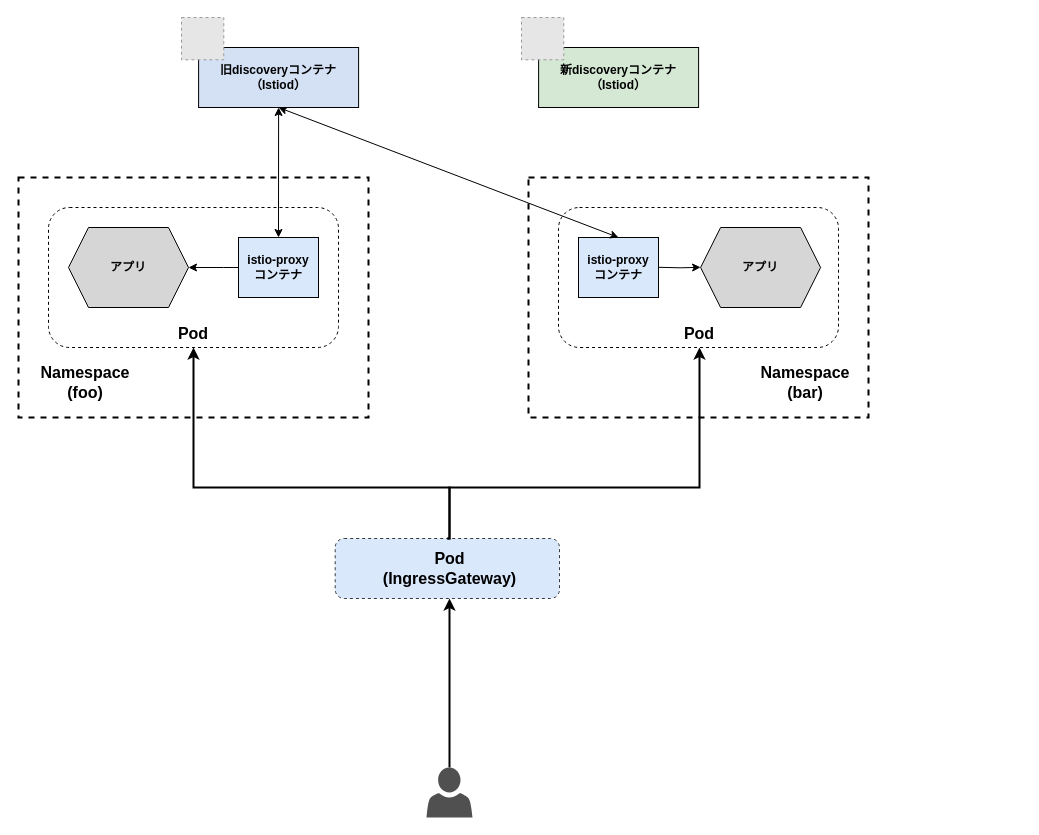
hiroki-it/tech-notebook_old keeps this draw.io diagram as page "istio_canary-upgrade_1" (1 of 4) of images/drawio/istio/upgrade_istio.drawio. Above is the earlier version. Source tidied: cells renumbered, new cells numbered last; positions are measured from the earlier drawing's top-left corner, leaving out a move shared by most shapes. Both pictures are drawn from the tidied source at 100%, with x=0, y=0 at pixel (18, 17). Pictures stored in the file or linked from it are replaced by grey dashed boxes.
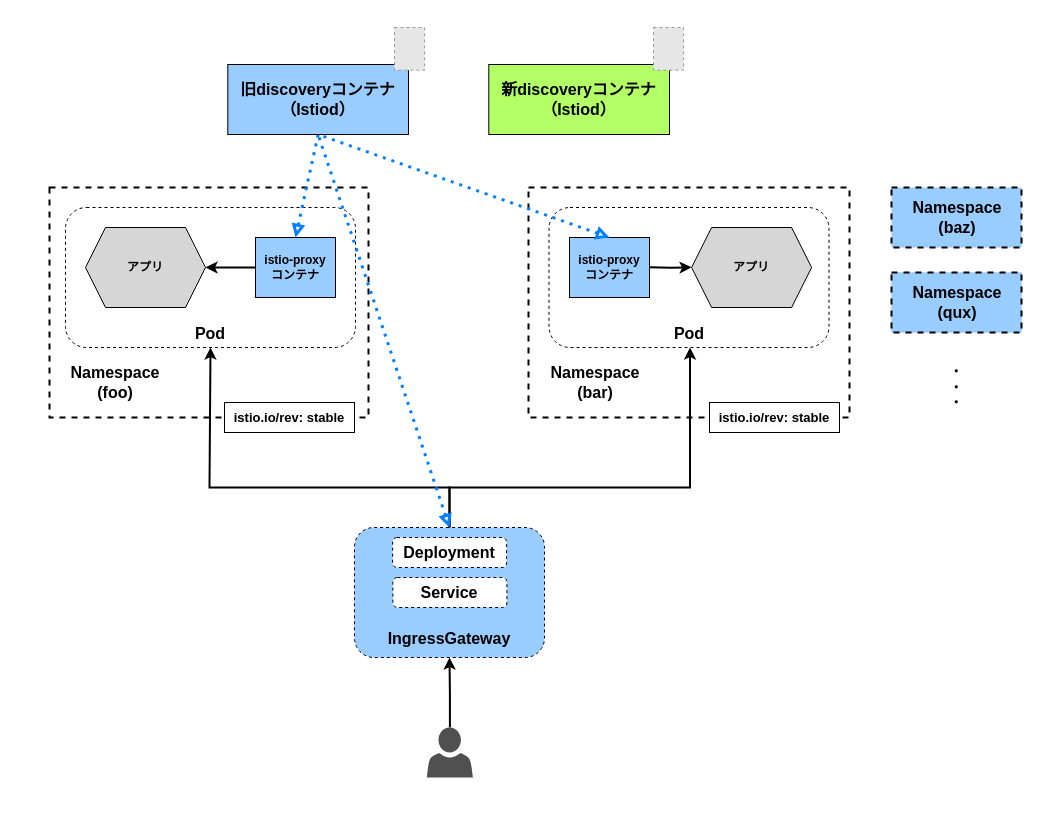
After the change.

Commit message (it also covers changes not shown here):
add 新しく画像を引用した．

Unchanged cells that the change refers to:
```xml
<mxCell id="13" value="&lt;b&gt;アプリ&lt;br&gt;&lt;/b&gt;" style="shape=hexagon;perimeter=hexagonPerimeter2;whiteSpace=wrap;html=1;fixedSize=1;fillColor=#D6D6D6;strokeColor=default;direction=east;" parent="12" vertex="1">
  <mxGeometry x="122.1" width="120" height="80" as="geometry" />
</mxCell>
<mxCell id="18" value="&lt;b&gt;アプリ&lt;br&gt;&lt;/b&gt;" style="shape=hexagon;perimeter=hexagonPerimeter2;whiteSpace=wrap;html=1;fixedSize=1;fillColor=#D6D6D6;strokeColor=default;" parent="16" vertex="1">
  <mxGeometry width="120" height="80" as="geometry" />
</mxCell>
```

The edit, as a diff of the source:
```diff
@@
+    <mxCell id="36" style="rounded=1;whiteSpace=wrap;html=1;fillColor=#99CCFF;gradientColor=none;dashed=1;" parent="1" vertex="1">
+      <mxGeometry x="336" y="510" width="190" height="130" as="geometry" />
+    </mxCell>
     <mxCell id="2" style="rounded=0;whiteSpace=wrap;html=1;fillColor=default;dashed=1;strokeColor=default;shadow=0;glass=0;strokeWidth=2;perimeterSpacing=0;" parent="1" vertex="1">
-      <mxGeometry y="160" width="350" height="240" as="geometry" />
+      <mxGeometry x="31" y="170" width="319" height="230" as="geometry" />
     </mxCell>
     <mxCell id="3" style="rounded=0;whiteSpace=wrap;html=1;fillColor=default;dashed=1;strokeColor=default;shadow=0;glass=0;strokeWidth=2;" parent="1" vertex="1">
-      <mxGeometry x="510" y="160" width="340" height="240" as="geometry" />
+      <mxGeometry x="510" y="170" width="321" height="230" as="geometry" />
     </mxCell>
     <mxCell id="4" style="rounded=1;whiteSpace=wrap;html=1;dashed=1;" parent="1" vertex="1">
-      <mxGeometry x="30" y="190" width="290" height="140" as="geometry" />
+      <mxGeometry x="47" y="190" width="290" height="140" as="geometry" />
     </mxCell>
-    <mxCell id="5" style="endArrow=classic;startArrow=classic;html=1;rounded=0;strokeColor=default;fontFamily=Helvetica;fontSize=12;fontColor=default;exitX=0.5;exitY=0;exitDx=0;exitDy=0;entryX=0.5;entryY=1;entryDx=0;entryDy=0;" parent="1" edge="1" source="19" target="23">
+    <mxCell id="5" style="endArrow=none;startArrow=block;html=1;rounded=0;strokeColor=#007FFF;fontFamily=Helvetica;fontSize=12;fontColor=default;exitX=0.5;exitY=0;exitDx=0;exitDy=0;entryX=0.5;entryY=1;entryDx=0;entryDy=0;startFill=0;endFill=0;strokeWidth=3;dashed=1;dashPattern=1 2;" parent="1" edge="1" source="19" target="23">
       <mxGeometry relative="1" as="geometry" />
     </mxCell>
@@
     <mxCell id="7" value="&lt;b style=&quot;font-size: 16px;&quot;&gt;Pod&lt;/b&gt;" style="text;html=1;strokeColor=none;fillColor=none;align=center;verticalAlign=middle;whiteSpace=wrap;rounded=0;dashed=1;fontStyle=0;fontSize=16;" parent="1" vertex="1">
-      <mxGeometry x="142.9" y="302" width="64.2" height="28" as="geometry" />
+      <mxGeometry x="159.9" y="302" width="64.2" height="28" as="geometry" />
     </mxCell>
     <mxCell id="8" style="rounded=1;whiteSpace=wrap;html=1;dashed=1;" parent="1" vertex="1">
-      <mxGeometry x="540" y="190" width="280" height="140" as="geometry" />
+      <mxGeometry x="530.5" y="190" width="280" height="140" as="geometry" />
     </mxCell>
@@
     <mxCell id="10" value="&lt;b style=&quot;font-size: 16px;&quot;&gt;Pod&lt;/b&gt;" style="text;html=1;strokeColor=none;fillColor=none;align=center;verticalAlign=middle;whiteSpace=wrap;rounded=0;dashed=1;fontStyle=0;fontSize=16;" parent="1" vertex="1">
-      <mxGeometry x="648.9" y="302" width="64.2" height="28" as="geometry" />
+      <mxGeometry x="639.4" y="302" width="64.2" height="28" as="geometry" />
     </mxCell>
     <mxCell id="11" value="&lt;b style=&quot;font-size: 16px;&quot;&gt;Namespace&lt;br&gt;(bar)&lt;br&gt;&lt;/b&gt;" style="text;html=1;strokeColor=none;fillColor=none;align=center;verticalAlign=middle;whiteSpace=wrap;rounded=0;dashed=1;fontStyle=0;fontSize=16;" parent="1" vertex="1">
-      <mxGeometry x="731" y="340" width="112.1" height="50" as="geometry" />
+      <mxGeometry x="521" y="340" width="112.1" height="50" as="geometry" />
     </mxCell>
     <mxCell id="12" style="group;" parent="1" vertex="1">
-      <mxGeometry x="560" y="210" width="242.1" height="80" as="geometry" />
+      <mxGeometry x="551" y="210" width="242.1" height="80" as="geometry" />
     </mxCell>
@@
-    <mxCell id="14" value="&lt;b&gt;istio-proxy&lt;br&gt;コンテナ&lt;br&gt;&lt;/b&gt;" style="rounded=0;whiteSpace=wrap;html=1;fillColor=#dae8fc;strokeColor=default;direction=east;" parent="12" vertex="1">
+    <mxCell id="14" value="&lt;b&gt;istio-proxy&lt;br&gt;コンテナ&lt;br&gt;&lt;/b&gt;" style="rounded=0;whiteSpace=wrap;html=1;fillColor=#99CCFF;strokeColor=default;direction=east;gradientColor=none;" parent="12" vertex="1">
       <mxGeometry y="10" width="80" height="60" as="geometry" />
     </mxCell>
-    <mxCell id="15" style="edgeStyle=orthogonalEdgeStyle;rounded=0;jettySize=auto;html=1;entryX=0;entryY=0.498;entryDx=0;entryDy=0;entryPerimeter=0;" parent="12" edge="1" target="13">
+    <mxCell id="15" style="edgeStyle=orthogonalEdgeStyle;rounded=0;jettySize=auto;html=1;entryX=0;entryY=0.498;entryDx=0;entryDy=0;entryPerimeter=0;strokeWidth=2;" parent="12" edge="1" target="13">
       <mxGeometry relative="1" as="geometry">
         <mxPoint x="80" y="39.8" as="sourcePoint" />
       </mxGeometry>
     </mxCell>
+    <mxCell id="20" style="endArrow=none;startArrow=block;html=1;rounded=0;strokeColor=#007FFF;fontFamily=Helvetica;fontSize=12;fontColor=default;exitX=0.5;exitY=0;exitDx=0;exitDy=0;entryX=0.5;entryY=1;entryDx=0;entryDy=0;startFill=0;endFill=0;jumpStyle=none;shadow=0;strokeWidth=3;dashed=1;dashPattern=1 2;" parent="1" edge="1" source="14" target="23">
+      <mxGeometry relative="1" as="geometry" />
+    </mxCell>
+    <mxCell id="21" style="edgeLabel;html=1;align=center;verticalAlign=middle;fontSize=9;" parent="20" vertex="1">
+      <mxGeometry x="0.14" relative="1" as="geometry" />
+    </mxCell>
+    <mxCell id="22" style="group;fillColor=none;" parent="1" vertex="1">
+      <mxGeometry x="190" y="27" width="216.1" height="90" as="geometry" />
+    </mxCell>
+    <mxCell id="23" value="&lt;b style=&quot;font-size: 16px;&quot;&gt;旧discoveryコンテナ&lt;br style=&quot;border-color: var(--border-color); padding: 0px; margin: 0px;&quot;&gt;（Istiod）&lt;/b&gt;" style="text;html=1;strokeColor=default;fillColor=#99CCFF;align=center;verticalAlign=middle;whiteSpace=wrap;rounded=0;" parent="22" vertex="1">
+      <mxGeometry x="19.3" y="20" width="180.7" height="70" as="geometry" />
+    </mxCell>
+    <mxCell id="37" style="fillColor=#E6E6E6;strokeColor=#999999;dashed=1;" parent="22" vertex="1">
+      <mxGeometry x="186" y="-17" width="30.1" height="42.7" as="geometry" />
+    </mxCell>
+    <mxCell id="25" style="group;" parent="1" vertex="1">
+      <mxGeometry x="451" y="27" width="210.1" height="90" as="geometry" />
+    </mxCell>
+    <mxCell id="26" value="&lt;b style=&quot;font-size: 16px;&quot;&gt;新discoveryコンテナ&lt;br style=&quot;border-color: var(--border-color); padding: 0px; margin: 0px;&quot;&gt;（Istiod）&lt;/b&gt;" style="text;html=1;strokeColor=default;fillColor=#B3FF66;align=center;verticalAlign=middle;whiteSpace=wrap;rounded=0;" parent="25" vertex="1">
+      <mxGeometry x="19.3" y="20" width="180.7" height="70" as="geometry" />
+    </mxCell>
     <mxCell id="16" style="group;" parent="1" vertex="1">
-      <mxGeometry x="50" y="210" width="250" height="80" as="geometry" />
+      <mxGeometry x="67" y="210" width="250" height="80" as="geometry" />
     </mxCell>
-    <mxCell id="17" style="edgeStyle=orthogonalEdgeStyle;rounded=0;jettySize=auto;html=1;" parent="16" edge="1" target="18">
+    <mxCell id="17" style="edgeStyle=orthogonalEdgeStyle;rounded=0;jettySize=auto;html=1;strokeWidth=2;" parent="16" edge="1" target="18">
       <mxGeometry relative="1" as="geometry">
         <mxPoint x="170" y="40" as="sourcePoint" />
         <Array as="points">
           <mxPoint x="155" y="40" />
         </Array>
       </mxGeometry>
     </mxCell>
@@
-    <mxCell id="19" value="&lt;b&gt;istio-proxy&lt;br&gt;コンテナ&lt;br&gt;&lt;/b&gt;" style="rounded=0;whiteSpace=wrap;html=1;fillColor=#dae8fc;strokeColor=default;" parent="16" vertex="1">
+    <mxCell id="19" value="&lt;b&gt;istio-proxy&lt;br&gt;コンテナ&lt;br&gt;&lt;/b&gt;" style="rounded=0;whiteSpace=wrap;html=1;fillColor=#99CCFF;strokeColor=default;" parent="16" vertex="1">
       <mxGeometry x="170" y="10" width="80" height="60" as="geometry" />
     </mxCell>
-    <mxCell id="20" style="endArrow=classic;startArrow=classic;html=1;rounded=0;strokeColor=default;fontFamily=Helvetica;fontSize=12;fontColor=default;exitX=0.5;exitY=0;exitDx=0;exitDy=0;entryX=0.5;entryY=1;entryDx=0;entryDy=0;" parent="1" edge="1" source="14" target="23">
-      <mxGeometry relative="1" as="geometry" />
-    </mxCell>
-    <mxCell id="21" style="edgeLabel;html=1;align=center;verticalAlign=middle;fontSize=9;" parent="20" vertex="1">
-      <mxGeometry x="0.14" relative="1" as="geometry" />
-    </mxCell>
-    <mxCell id="22" style="group;fillColor=none;" parent="1" vertex="1">
-      <mxGeometry x="163" width="177.1" height="90" as="geometry" />
-    </mxCell>
-    <mxCell id="23" value="&lt;b&gt;旧discoveryコンテナ&lt;br style=&quot;border-color: var(--border-color); padding: 0px; margin: 0px;&quot;&gt;（Istiod）&lt;/b&gt;" style="text;html=1;strokeColor=default;fillColor=#D4E1F5;align=center;verticalAlign=middle;whiteSpace=wrap;rounded=0;" parent="22" vertex="1">
-      <mxGeometry x="17.1" y="30" width="160" height="60" as="geometry" />
-    </mxCell>
-    <mxCell id="24" style="fillColor=#E6E6E6;strokeColor=#999999;dashed=1;verticalLabelPosition=bottom;labelBackgroundColor=default;verticalAlign=top;" parent="22" vertex="1">
-      <mxGeometry width="42.3" height="42.3" as="geometry" />
-    </mxCell>
-    <mxCell id="25" style="group;" parent="1" vertex="1">
-      <mxGeometry x="503" width="177.1" height="90" as="geometry" />
-    </mxCell>
-    <mxCell id="26" value="&lt;b&gt;新discoveryコンテナ&lt;br style=&quot;border-color: var(--border-color); padding: 0px; margin: 0px;&quot;&gt;（Istiod）&lt;/b&gt;" style="text;html=1;strokeColor=default;fillColor=#d5e8d4;align=center;verticalAlign=middle;whiteSpace=wrap;rounded=0;" parent="25" vertex="1">
-      <mxGeometry x="17.1" y="30" width="160" height="60" as="geometry" />
-    </mxCell>
-    <mxCell id="27" style="fillColor=#E6E6E6;strokeColor=#999999;dashed=1;verticalLabelPosition=bottom;labelBackgroundColor=default;verticalAlign=top;" parent="25" vertex="1">
-      <mxGeometry width="42.3" height="42.3" as="geometry" />
-    </mxCell>
-    <mxCell id="28" value="&lt;b style=&quot;font-size: 16px;&quot;&gt;Namespace&lt;br&gt;(foo)&lt;br&gt;&lt;/b&gt;" style="text;html=1;strokeColor=none;fillColor=none;align=center;verticalAlign=middle;whiteSpace=wrap;rounded=0;dashed=1;fontStyle=0;fontSize=16;" parent="1" vertex="1">
-      <mxGeometry x="11" y="340" width="112.1" height="50" as="geometry" />
-    </mxCell>
-    <mxCell id="29" style="group;fillColor=default;align=center;" parent="1" vertex="1">
-      <mxGeometry x="316" y="520" width="225" height="61" as="geometry" />
-    </mxCell>
-    <mxCell id="30" style="rounded=1;whiteSpace=wrap;html=1;dashed=1;verticalAlign=middle;fillColor=#DAE8FC;strokeColor=#36393d;" parent="29" vertex="1">
-      <mxGeometry x="0.7" y="1" width="224.3" height="60" as="geometry" />
-    </mxCell>
-    <mxCell id="31" value="&lt;b style=&quot;font-size: 16px;&quot;&gt;Pod&lt;br&gt;(IngressGateway)&lt;br&gt;&lt;/b&gt;" style="text;html=1;strokeColor=none;fillColor=none;align=center;verticalAlign=middle;whiteSpace=wrap;rounded=0;dashed=1;fontStyle=0;fontSize=16;" parent="29" vertex="1">
-      <mxGeometry x="25.7" y="1" width="178.6" height="60" as="geometry" />
-    </mxCell>
-    <mxCell id="32" style="edgeStyle=orthogonalEdgeStyle;rounded=0;jettySize=auto;html=1;strokeWidth=2;" parent="1" edge="1" source="33" target="31">
+    <mxCell id="32" style="edgeStyle=orthogonalEdgeStyle;rounded=0;jettySize=auto;html=1;strokeWidth=2;entryX=0.5;entryY=1;entryDx=0;entryDy=0;" parent="1" edge="1" source="33" target="36">
       <mxGeometry relative="1" as="geometry" />
     </mxCell>
     <mxCell id="33" style="sketch=0;shadow=0;dashed=0;html=1;strokeColor=none;fillColor=#505050;labelPosition=center;verticalLabelPosition=bottom;verticalAlign=top;outlineConnect=0;align=center;shape=mxgraph.office.users.user;rounded=0;glass=0;labelBackgroundColor=none;strokeWidth=2;" parent="1" vertex="1">
-      <mxGeometry x="408" y="750" width="46" height="50" as="geometry" />
+      <mxGeometry x="408.4" y="710" width="46" height="50" as="geometry" />
     </mxCell>
-    <mxCell id="34" style="edgeStyle=orthogonalEdgeStyle;rounded=0;jettySize=auto;html=1;exitX=0.5;exitY=0;exitDx=0;exitDy=0;entryX=0.5;entryY=1;entryDx=0;entryDy=0;strokeWidth=2;" parent="1" edge="1" source="30" target="7">
+    <mxCell id="34" style="edgeStyle=orthogonalEdgeStyle;rounded=0;jettySize=auto;html=1;entryX=0.5;entryY=1;entryDx=0;entryDy=0;strokeWidth=2;exitX=0.5;exitY=0;exitDx=0;exitDy=0;" parent="1" edge="1" source="36" target="7">
       <mxGeometry relative="1" as="geometry">
         <Array as="points">
           <mxPoint x="431" y="470" />
-          <mxPoint x="175" y="470" />
+          <mxPoint x="191" y="470" />
+          <mxPoint x="191" y="330" />
         </Array>
       </mxGeometry>
     </mxCell>
+    <mxCell id="28" value="&lt;b style=&quot;font-size: 16px;&quot;&gt;Namespace&lt;br&gt;(foo)&lt;br&gt;&lt;/b&gt;" style="text;html=1;strokeColor=none;fillColor=none;align=center;verticalAlign=middle;whiteSpace=wrap;rounded=0;dashed=1;fontStyle=0;fontSize=16;" parent="1" vertex="1">
+      <mxGeometry x="41" y="340" width="112.1" height="50" as="geometry" />
+    </mxCell>
-    <mxCell id="35" style="edgeStyle=orthogonalEdgeStyle;rounded=0;jettySize=auto;html=1;exitX=0.5;exitY=0;exitDx=0;exitDy=0;entryX=0.5;entryY=1;entryDx=0;entryDy=0;strokeWidth=2;" parent="1" edge="1" source="30" target="10">
+    <mxCell id="35" style="edgeStyle=orthogonalEdgeStyle;rounded=0;jettySize=auto;html=1;entryX=0.5;entryY=1;entryDx=0;entryDy=0;strokeWidth=2;exitX=0.5;exitY=0;exitDx=0;exitDy=0;" parent="1" edge="1" source="36" target="10">
       <mxGeometry relative="1" as="geometry">
         <Array as="points">
           <mxPoint x="431" y="470" />
-          <mxPoint x="681" y="470" />
+          <mxPoint x="671" y="470" />
+          <mxPoint x="671" y="330" />
         </Array>
       </mxGeometry>
     </mxCell>
+    <mxCell id="38" style="endArrow=none;startArrow=block;html=1;rounded=0;strokeColor=#007FFF;fontFamily=Helvetica;fontSize=12;fontColor=default;exitX=0.5;exitY=0;exitDx=0;exitDy=0;startFill=0;endFill=0;strokeWidth=3;dashed=1;dashPattern=1 2;entryX=0.5;entryY=1;entryDx=0;entryDy=0;" parent="1" edge="1" source="36" target="23">
+      <mxGeometry relative="1" as="geometry" />
+    </mxCell>
+    <mxCell id="39" style="edgeLabel;html=1;align=center;verticalAlign=middle;fontSize=9;" parent="38" vertex="1">
+      <mxGeometry x="0.14" relative="1" as="geometry" />
+    </mxCell>
+    <mxCell id="40" value="&lt;b style=&quot;font-size: 16px;&quot;&gt;IngressGateway&lt;/b&gt;" style="text;html=1;strokeColor=none;fillColor=none;align=center;verticalAlign=middle;whiteSpace=wrap;rounded=0;fontSize=16;" parent="1" vertex="1">
+      <mxGeometry x="360.9" y="606" width="140.4" height="30" as="geometry" />
+    </mxCell>
+    <mxCell id="41" style="edgeStyle=none;rounded=0;jumpStyle=none;orthogonalLoop=1;jettySize=auto;html=1;shadow=0;dashed=1;dashPattern=1 2;strokeColor=#66B2FF;strokeWidth=3;startArrow=none;startFill=0;endArrow=none;endFill=0;entryX=0.5;entryY=1;entryDx=0;entryDy=0;" parent="1" edge="1" source="40" target="40">
+      <mxGeometry relative="1" as="geometry" />
+    </mxCell>
+    <mxCell id="42" value="Deployment" style="rounded=1;whiteSpace=wrap;html=1;fillColor=default;gradientColor=none;dashed=1;fontStyle=1;fontSize=16;" parent="1" vertex="1">
+      <mxGeometry x="374.1" y="520" width="114" height="30" as="geometry" />
+    </mxCell>
+    <mxCell id="43" value="&lt;font style=&quot;font-size: 16px;&quot;&gt;Service&lt;/font&gt;" style="rounded=1;whiteSpace=wrap;html=1;fillColor=default;gradientColor=none;dashed=1;fontStyle=1;" parent="1" vertex="1">
+      <mxGeometry x="374.4" y="560" width="114" height="30" as="geometry" />
+    </mxCell>
+    <mxCell id="44" style="group;fillColor=default;" parent="1" vertex="1">
+      <mxGeometry x="873" y="170" width="130" height="60" as="geometry" />
+    </mxCell>
+    <mxCell id="45" style="rounded=0;whiteSpace=wrap;html=1;fillColor=#99CCFF;dashed=1;strokeColor=default;shadow=0;glass=0;strokeWidth=2;" parent="44" vertex="1">
+      <mxGeometry width="130" height="60" as="geometry" />
+    </mxCell>
+    <mxCell id="46" value="&lt;b style=&quot;font-size: 16px;&quot;&gt;Namespace&lt;br&gt;(baz)&lt;br&gt;&lt;/b&gt;" style="text;html=1;strokeColor=none;fillColor=none;align=center;verticalAlign=middle;whiteSpace=wrap;rounded=0;dashed=1;fontStyle=0;fontSize=16;" parent="44" vertex="1">
+      <mxGeometry x="10" y="8.6" width="112.1" height="42.9" as="geometry" />
+    </mxCell>
+    <mxCell id="47" style="group;fillColor=#99CCFF;" parent="1" vertex="1">
+      <mxGeometry x="873" y="255" width="130" height="60" as="geometry" />
+    </mxCell>
+    <mxCell id="48" style="rounded=0;whiteSpace=wrap;html=1;fillColor=#99CCFF;dashed=1;strokeColor=default;shadow=0;glass=0;strokeWidth=2;" parent="47" vertex="1">
+      <mxGeometry width="130" height="60" as="geometry" />
+    </mxCell>
+    <mxCell id="49" value="&lt;b style=&quot;font-size: 16px;&quot;&gt;Namespace&lt;br&gt;(qux)&lt;br&gt;&lt;/b&gt;" style="text;html=1;strokeColor=none;fillColor=none;align=center;verticalAlign=middle;whiteSpace=wrap;rounded=0;dashed=1;fontStyle=0;fontSize=16;" parent="47" vertex="1">
+      <mxGeometry x="10" y="8.6" width="112.1" height="42.9" as="geometry" />
+    </mxCell>
+    <mxCell id="50" value="・&lt;br style=&quot;font-size: 13px;&quot;&gt;・&lt;br style=&quot;font-size: 13px;&quot;&gt;・" style="text;html=1;strokeColor=none;fillColor=none;align=center;verticalAlign=middle;whiteSpace=wrap;rounded=0;fontStyle=1;fontSize=13;" parent="1" vertex="1">
+      <mxGeometry x="908" y="340" width="60" height="60" as="geometry" />
+    </mxCell>
+    <mxCell id="51" style="fillColor=#E6E6E6;strokeColor=#999999;dashed=1;" parent="1" vertex="1">
+      <mxGeometry x="635" y="10" width="30.1" height="42.7" as="geometry" />
+    </mxCell>
+    <mxCell id="52" value="&lt;span style=&quot;border-color: var(--border-color); color: rgb(0, 0, 0); font-family: Helvetica; font-size: 13px; font-style: normal; font-variant-ligatures: normal; font-variant-caps: normal; letter-spacing: normal; orphans: 2; text-indent: 0px; text-transform: none; widows: 2; word-spacing: 0px; -webkit-text-stroke-width: 0px; background-color: rgb(251, 251, 251); text-decoration-thickness: initial; text-decoration-style: initial; text-decoration-color: initial;&quot;&gt;istio.io/rev: stable&lt;/span&gt;" style="text;whiteSpace=wrap;html=1;fontSize=13;align=center;verticalAlign=middle;fillColor=default;fontStyle=1;strokeColor=default;" parent="1" vertex="1">
+      <mxGeometry x="691" y="385" width="130" height="30" as="geometry" />
+    </mxCell>
+    <mxCell id="53" value="&lt;span style=&quot;border-color: var(--border-color); color: rgb(0, 0, 0); font-family: Helvetica; font-size: 13px; font-style: normal; font-variant-ligatures: normal; font-variant-caps: normal; letter-spacing: normal; orphans: 2; text-indent: 0px; text-transform: none; widows: 2; word-spacing: 0px; -webkit-text-stroke-width: 0px; background-color: rgb(251, 251, 251); text-decoration-thickness: initial; text-decoration-style: initial; text-decoration-color: initial;&quot;&gt;istio.io/rev: stable&lt;/span&gt;" style="text;whiteSpace=wrap;html=1;fontSize=13;align=center;verticalAlign=middle;fillColor=default;fontStyle=1;strokeColor=default;" parent="1" vertex="1">
+      <mxGeometry x="206" y="385" width="130" height="30" as="geometry" />
+    </mxCell>
```
